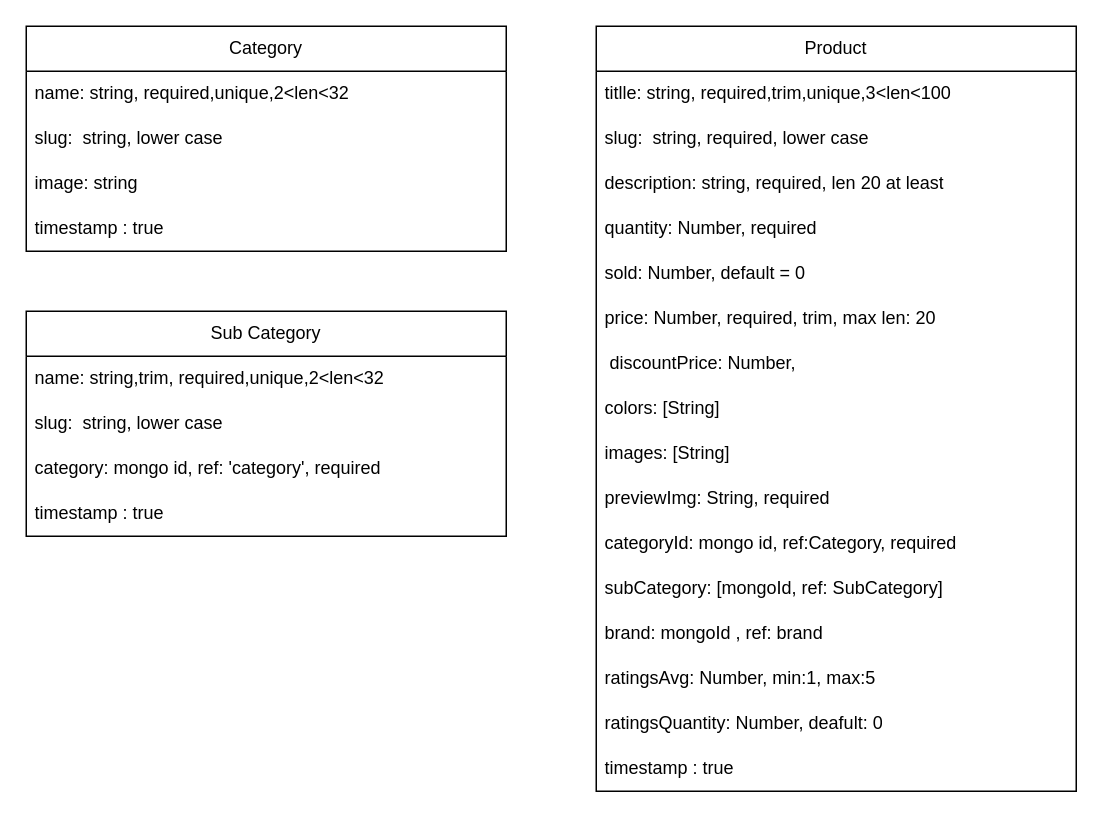
NewMo01/e-commerce-backend keeps this draw.io diagram as commerce.drawio. Above is the earlier version. Source tidied: cells renumbered, new cells numbered last; positions are measured from the earlier drawing's top-left corner, leaving out a move shared by most shapes. Both pictures are drawn from the tidied source at 150%, with x=0, y=0 at pixel (26, 26).
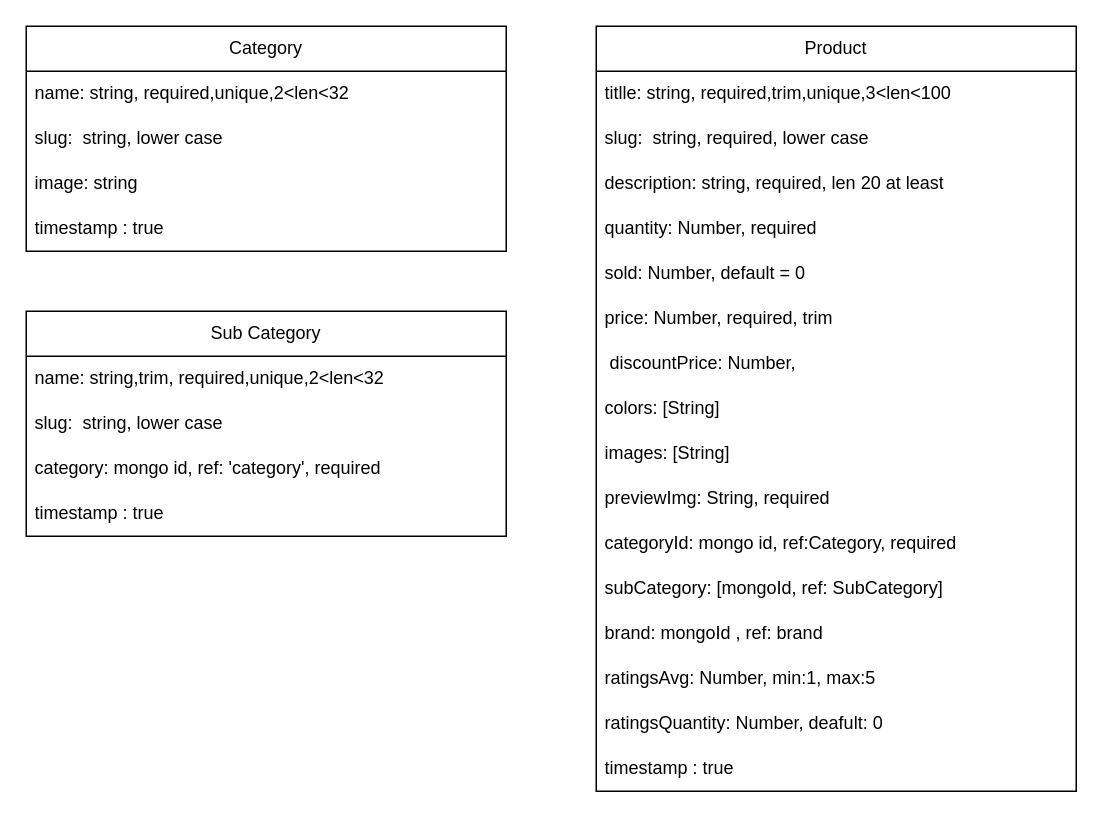
After the change.

The change refers to these unchanged cells:
```xml
<mxCell id="12" value="Product" style="swimlane;fontStyle=0;horizontal=1;startSize=30;whiteSpace=wrap;html=1;" parent="1" vertex="1">
  <mxGeometry x="380" width="320" height="510" as="geometry" />
</mxCell>
```

Diff of the diagram source:
```diff
@@
-    <mxCell id="18" value="price: Number, required, trim, max len: 20" style="text;strokeColor=none;fillColor=none;align=left;verticalAlign=middle;spacingLeft=4;spacingRight=4;overflow=hidden;whiteSpace=wrap;html=1;" parent="12" vertex="1">
+    <mxCell id="18" value="price: Number, required, trim" style="text;strokeColor=none;fillColor=none;align=left;verticalAlign=middle;spacingLeft=4;spacingRight=4;overflow=hidden;whiteSpace=wrap;html=1;" parent="12" vertex="1">
       <mxGeometry y="180" width="320" height="30" as="geometry" />
     </mxCell>
```
